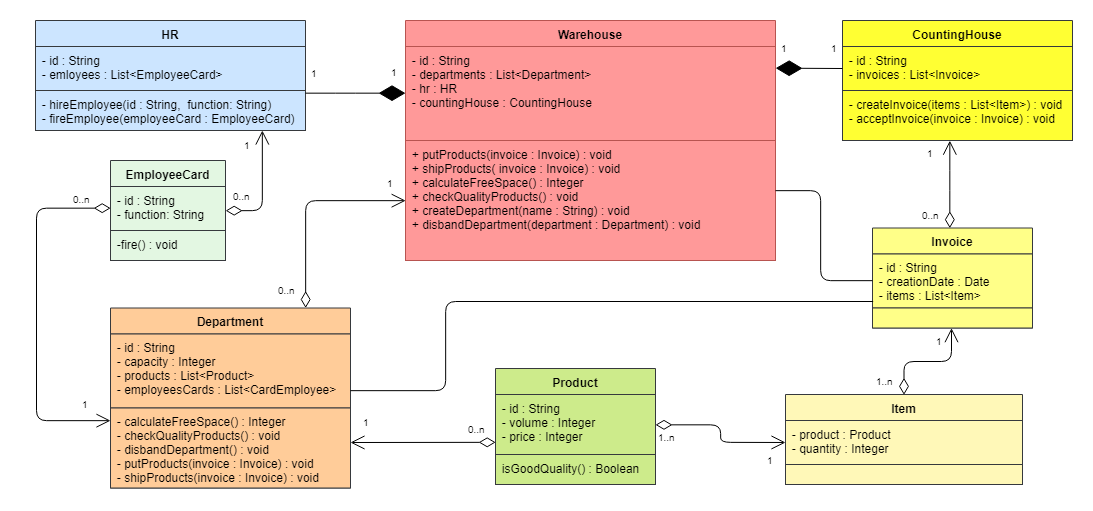
Before: Warehouse.png, a diagram exported from draw.io (MaxValencio/task_7_decompose_warehouse). Source tidied: cells renumbered, new cells last; positions are measured from the earlier drawing's top-left corner, leaving out a move shared by most shapes.
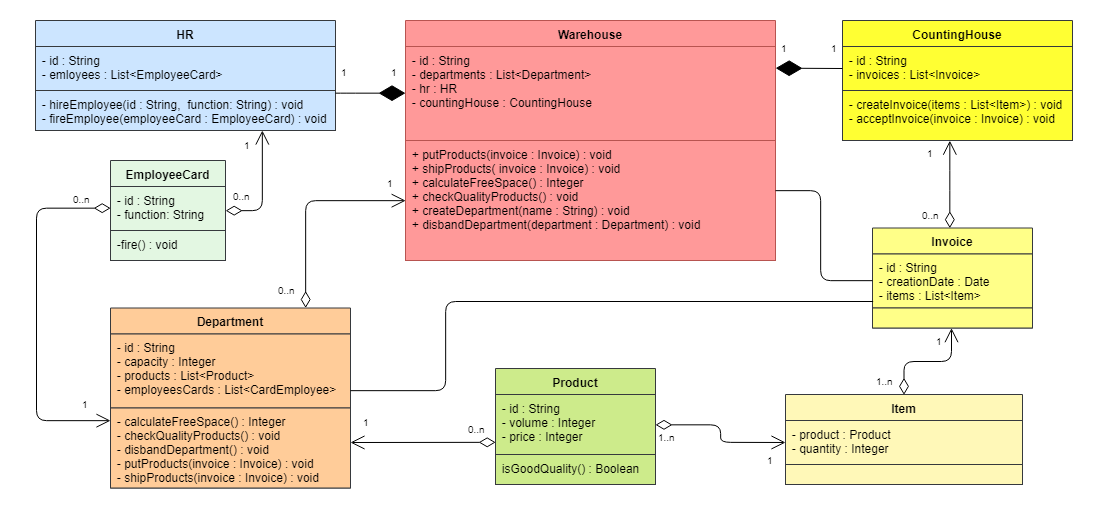
After the commit.

Change to the diagram source:
```diff
@@ -48,13 +48,13 @@
       <mxGeometry y="70" width="230" height="50" as="geometry" />
     </mxCell>
     <mxCell id="17" value="HR" style="swimlane;fontStyle=1;align=center;verticalAlign=top;horizontal=1;startSize=26;rounded=0;shadow=0;glass=0;comic=0;fillColor=#cce5ff;strokeColor=#36393d;" parent="1" vertex="1">
-      <mxGeometry width="270" height="110" as="geometry" />
+      <mxGeometry width="300" height="110" as="geometry" />
     </mxCell>
     <mxCell id="18" value="- id : String&#10;- emloyees : List&lt;EmployeeCard&gt;&#10;" style="text;strokeColor=#36393d;fillColor=#cce5ff;align=left;verticalAlign=top;spacingLeft=4;spacingRight=4;overflow=hidden;" parent="17" vertex="1">
-      <mxGeometry y="26" width="270" height="44" as="geometry" />
+      <mxGeometry y="26" width="300" height="44" as="geometry" />
     </mxCell>
-    <mxCell id="19" value="- hireEmployee(id : String,  function: String)&#10;- fireEmployee(employeeCard : EmployeeCard)&#10;" style="text;strokeColor=#36393d;fillColor=#cce5ff;align=left;verticalAlign=top;spacingLeft=4;spacingRight=4;overflow=hidden;points=[[0,0.5],[1,0.5]];portConstraint=eastwest;" parent="17" vertex="1">
-      <mxGeometry y="70" width="270" height="40" as="geometry" />
+    <mxCell id="19" value="- hireEmployee(id : String,  function: String) : void&#10;- fireEmployee(employeeCard : EmployeeCard) : void&#10;" style="text;strokeColor=#36393d;fillColor=#cce5ff;align=left;verticalAlign=top;spacingLeft=4;spacingRight=4;overflow=hidden;points=[[0,0.5],[1,0.5]];portConstraint=eastwest;" parent="17" vertex="1">
+      <mxGeometry y="70" width="300" height="40" as="geometry" />
     </mxCell>
     <mxCell id="20" value="EmployeeCard" style="swimlane;fontStyle=1;align=center;verticalAlign=top;horizontal=1;startSize=26;rounded=0;shadow=0;glass=0;comic=0;fillColor=#E3F7E2;strokeColor=#36393d;" parent="1" vertex="1">
       <mxGeometry x="75" y="140" width="115" height="100" as="geometry" />
@@ -192,7 +192,7 @@
       </mxGeometry>
     </mxCell>
     <mxCell id="47" value="1" style="html=1;align=right;verticalAlign=top;labelBackgroundColor=#ffffff;fontSize=10;rotation=0;" parent="1" vertex="1">
-      <mxGeometry x="280" y="81" as="geometry">
+      <mxGeometry x="310" y="80" as="geometry">
         <mxPoint x="4" y="-41" as="offset" />
       </mxGeometry>
     </mxCell>
```
